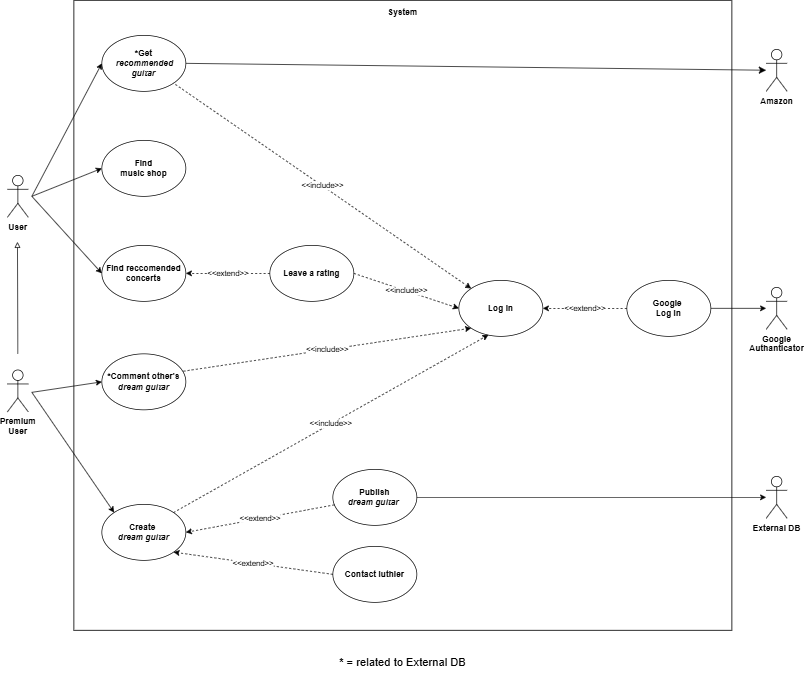
Above: diagrams/Progetto.drawio .png in TizianoLilli/ISPW-Project (draw.io), before the change. Source tidied: cells renumbered, new cells last; positions are measured from the earlier drawing's top-left corner, leaving out a move shared by most shapes.
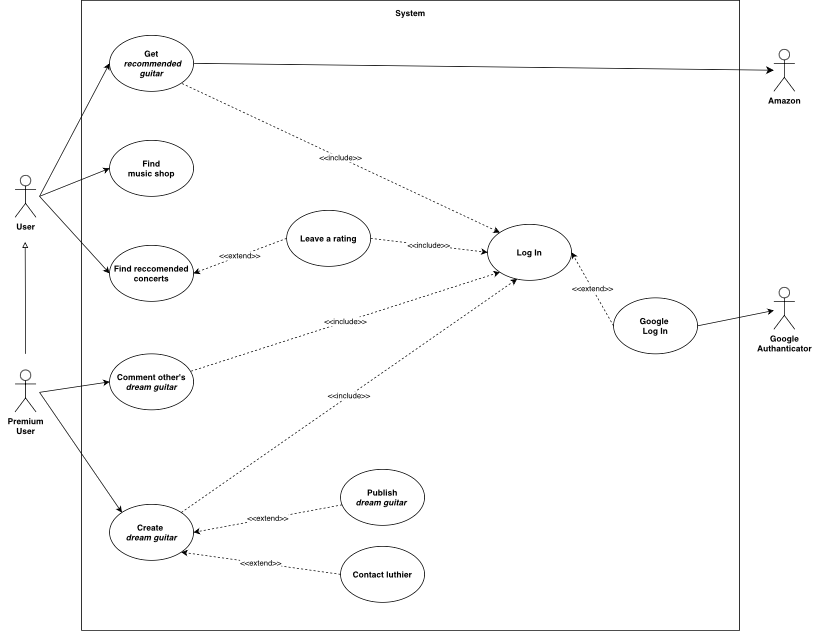
The same diagram one commit later.

Diff of the diagram source:
```diff
@@ -12,7 +12,7 @@
       <mxGeometry y="528" width="30" height="60" as="geometry" />
     </mxCell>
     <mxCell id="5" value="&lt;b&gt;Log In&lt;/b&gt;" style="ellipse;whiteSpace=wrap;html=1;" parent="1" vertex="1">
-      <mxGeometry x="645" y="400" width="120" height="80" as="geometry" />
+      <mxGeometry x="675" y="320" width="120" height="80" as="geometry" />
     </mxCell>
     <mxCell id="6" value="&lt;b&gt;Create&amp;nbsp;&lt;/b&gt;&lt;div&gt;&lt;b&gt;&lt;i&gt;dream&amp;nbsp;&lt;span style=&quot;background-color: initial;&quot;&gt;guitar&lt;/span&gt;&lt;/i&gt;&lt;/b&gt;&lt;/div&gt;" style="ellipse;whiteSpace=wrap;html=1;" parent="1" vertex="1">
       <mxGeometry x="135" y="720" width="120" height="80" as="geometry" />
@@ -28,7 +28,7 @@
     <mxCell id="9" style="edgeStyle=none;curved=1;rounded=0;jettySize=auto;html=1;exitX=1;exitY=0.5;exitDx=0;exitDy=0;fontSize=12;startSize=8;endSize=8;" parent="1" edge="1" source="10" target="35">
       <mxGeometry relative="1" as="geometry" />
     </mxCell>
-    <mxCell id="10" value="&lt;b&gt;*Get&lt;/b&gt;&lt;div&gt;&lt;b&gt;&amp;nbsp;&lt;i&gt;recommended guitar&lt;/i&gt;&lt;/b&gt;&lt;/div&gt;" style="ellipse;whiteSpace=wrap;html=1;" parent="1" vertex="1">
+    <mxCell id="10" value="&lt;b&gt;Get&lt;/b&gt;&lt;div&gt;&lt;b&gt;&amp;nbsp;&lt;i&gt;recommended guitar&lt;/i&gt;&lt;/b&gt;&lt;/div&gt;" style="ellipse;whiteSpace=wrap;html=1;" parent="1" vertex="1">
       <mxGeometry x="135" y="50" width="120" height="80" as="geometry" />
     </mxCell>
     <mxCell id="11" style="endArrow=classic;html=1;rounded=0;entryX=0;entryY=0.5;entryDx=0;entryDy=0;" parent="1" edge="1" target="10">
@@ -62,7 +62,7 @@
     <mxCell id="19" value="&lt;b&gt;System&lt;/b&gt;&lt;div&gt;&lt;br&gt;&lt;/div&gt;" style="text;html=1;align=center;verticalAlign=middle;whiteSpace=wrap;rounded=0;" parent="1" vertex="1">
       <mxGeometry x="535" y="10" width="60" height="30" as="geometry" />
     </mxCell>
-    <mxCell id="20" value="&lt;b&gt;*Comment other's&lt;/b&gt;&lt;div&gt;&lt;b&gt;&lt;i&gt;dream guitar&lt;/i&gt;&lt;/b&gt;&lt;/div&gt;" style="ellipse;whiteSpace=wrap;html=1;" parent="1" vertex="1">
+    <mxCell id="20" value="&lt;b&gt;Comment other's&lt;/b&gt;&lt;div&gt;&lt;b&gt;&lt;i&gt;dream guitar&lt;/i&gt;&lt;/b&gt;&lt;/div&gt;" style="ellipse;whiteSpace=wrap;html=1;" parent="1" vertex="1">
       <mxGeometry x="135" y="505" width="120" height="80" as="geometry" />
     </mxCell>
     <mxCell id="21" style="endArrow=classic;html=1;rounded=0;entryX=0;entryY=0.5;entryDx=0;entryDy=0;" parent="1" edge="1" target="20">
@@ -73,9 +73,6 @@
     <mxCell id="22" value="&amp;lt;&amp;lt;include&amp;gt;&amp;gt;" style="endArrow=classic;html=1;rounded=0;exitX=0.97;exitY=0.31;exitDx=0;exitDy=0;exitPerimeter=0;entryX=0;entryY=1;entryDx=0;entryDy=0;dashed=1;" parent="1" edge="1" source="20" target="5">
       <mxGeometry relative="1" as="geometry" />
     </mxCell>
-    <mxCell id="23" value="&lt;span style=&quot;background-color: initial;&quot;&gt;&lt;b&gt;External DB&lt;/b&gt;&lt;/span&gt;" style="shape=umlActor;verticalLabelPosition=bottom;verticalAlign=top;html=1;outlineConnect=0;" parent="1" vertex="1">
-      <mxGeometry x="1084" y="680" width="30" height="60" as="geometry" />
-    </mxCell>
     <mxCell id="24" value="&lt;b&gt;Publish&lt;/b&gt;&lt;div&gt;&lt;b&gt;&lt;i&gt;dream guitar&lt;/i&gt;&amp;nbsp;&lt;/b&gt;&lt;/div&gt;" style="ellipse;whiteSpace=wrap;html=1;" parent="1" vertex="1">
       <mxGeometry x="465" y="670" width="120" height="80" as="geometry" />
     </mxCell>
@@ -90,11 +87,8 @@
         <mxPoint x="35" y="280" as="sourcePoint" />
       </mxGeometry>
     </mxCell>
-    <mxCell id="28" style="endArrow=classic;html=1;rounded=0;exitX=1;exitY=0.5;exitDx=0;exitDy=0;" parent="1" edge="1" source="24" target="23">
-      <mxGeometry relative="1" as="geometry" />
-    </mxCell>
     <mxCell id="29" value="&lt;b&gt;Leave a rating&lt;/b&gt;" style="ellipse;whiteSpace=wrap;html=1;" parent="1" vertex="1">
-      <mxGeometry x="375" y="350" width="120" height="80" as="geometry" />
+      <mxGeometry x="388" y="300" width="120" height="80" as="geometry" />
     </mxCell>
     <mxCell id="30" value="&amp;lt;&amp;lt;extend&amp;gt;&amp;gt;" style="endArrow=classic;html=1;rounded=0;exitX=0;exitY=0.5;exitDx=0;exitDy=0;entryX=1;entryY=0.5;entryDx=0;entryDy=0;dashed=1;" parent="1" edge="1" source="29" target="12">
       <mxGeometry relative="1" as="geometry" />
@@ -109,7 +103,7 @@
       </mxGeometry>
     </mxCell>
     <mxCell id="33" value="&lt;b&gt;Google&amp;nbsp;&lt;/b&gt;&lt;div&gt;&lt;b&gt;Log In&lt;/b&gt;&lt;/div&gt;" style="ellipse;whiteSpace=wrap;html=1;" parent="1" vertex="1">
-      <mxGeometry x="885" y="400" width="120" height="80" as="geometry" />
+      <mxGeometry x="855" y="425" width="120" height="80" as="geometry" />
     </mxCell>
     <mxCell id="34" value="&amp;lt;&amp;lt;extend&amp;gt;&amp;gt;" style="endArrow=classic;html=1;rounded=0;exitX=0;exitY=0.5;exitDx=0;exitDy=0;entryX=1;entryY=0.5;entryDx=0;entryDy=0;dashed=1;" parent="1" edge="1" source="33" target="5">
       <mxGeometry relative="1" as="geometry" />
@@ -117,8 +111,5 @@
     <mxCell id="35" value="&lt;b&gt;Amazon&lt;/b&gt;" style="shape=umlActor;verticalLabelPosition=bottom;verticalAlign=top;html=1;outlineConnect=0;" parent="1" vertex="1">
       <mxGeometry x="1084" y="70" width="30" height="60" as="geometry" />
     </mxCell>
-    <mxCell id="36" value="&lt;b&gt;* &lt;/b&gt;= related to External DB" style="text;strokeColor=none;fillColor=none;html=1;align=center;verticalAlign=middle;whiteSpace=wrap;rounded=0;fontSize=16;" parent="1" vertex="1">
-      <mxGeometry x="460" y="930" width="210" height="30" as="geometry" />
-    </mxCell>
   </root>
 </mxGraphModel>
```
